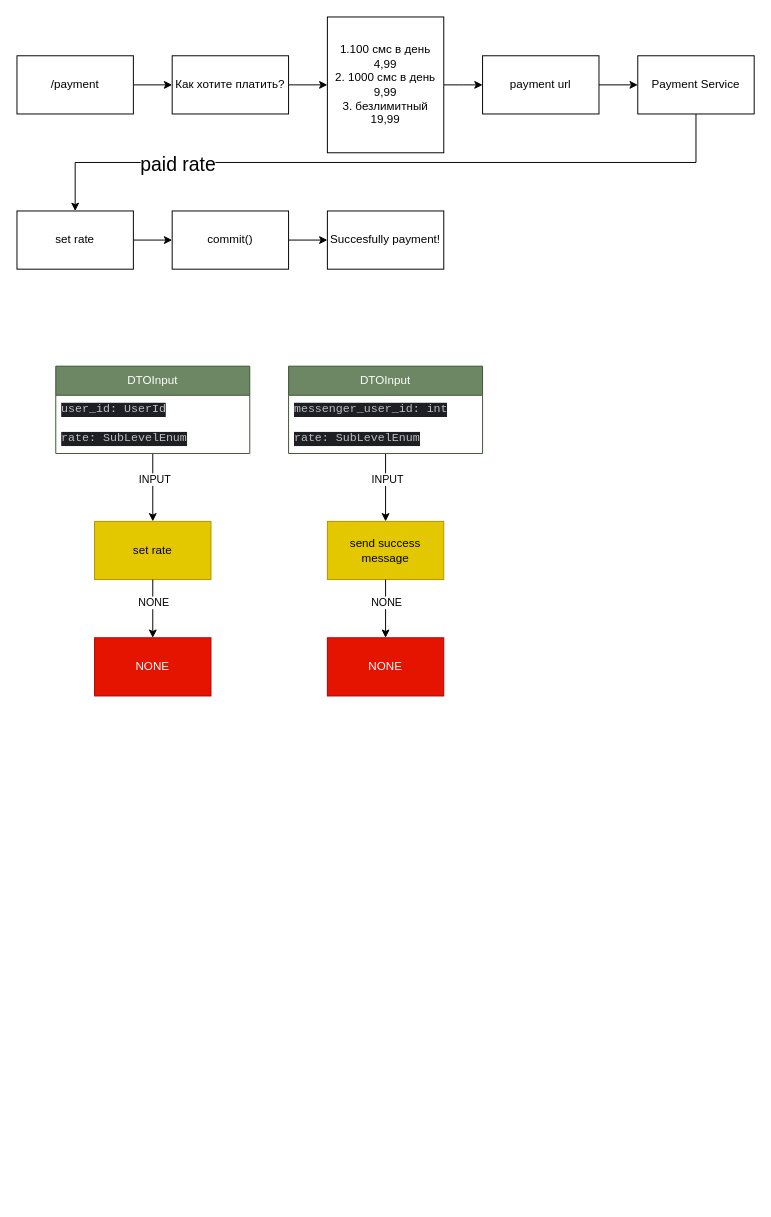
Before: page "Страница 5" (5 of 5) of ChatGpt.drawio in KmvRoman/Diagrams, a draw.io diagram. Source tidied: cells renumbered, new cells numbered last; positions are measured from the earlier drawing's top-left corner, leaving out a move shared by most shapes. Both pictures are drawn from the tidied source at 97%, with x=0, y=0 at pixel (16, 16).
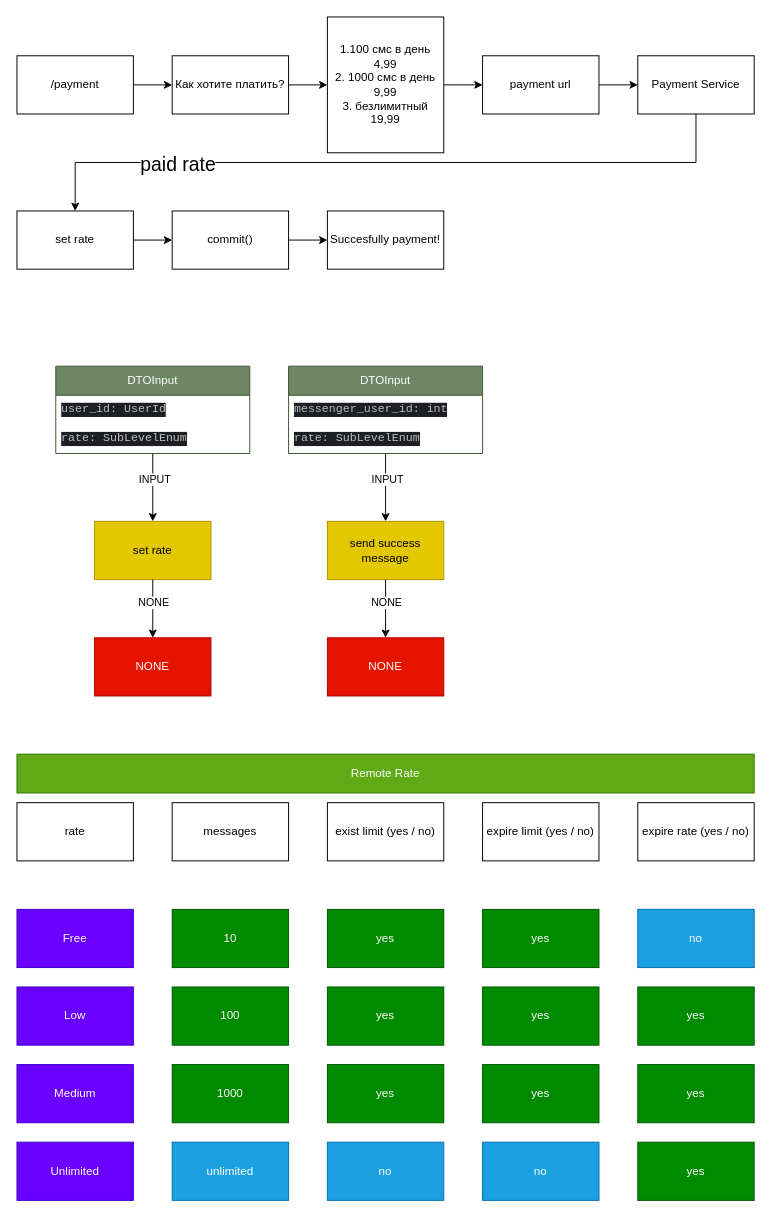
After the change.

Change to the diagram source:
```diff
@@
+    <mxCell id="38" value="Remote Rate" style="rounded=0;whiteSpace=wrap;html=1;fillColor=#60a917;fontColor=#ffffff;strokeColor=#2D7600;" parent="1" vertex="1">
+      <mxGeometry y="760" width="760" height="40" as="geometry" />
+    </mxCell>
+    <mxCell id="39" value="rate" style="rounded=0;whiteSpace=wrap;html=1;" parent="1" vertex="1">
+      <mxGeometry y="810" width="120" height="60" as="geometry" />
+    </mxCell>
+    <mxCell id="40" value="messages" style="rounded=0;whiteSpace=wrap;html=1;" parent="1" vertex="1">
+      <mxGeometry x="160" y="810" width="120" height="60" as="geometry" />
+    </mxCell>
+    <mxCell id="41" value="expire limit (yes / no)" style="rounded=0;whiteSpace=wrap;html=1;" parent="1" vertex="1">
+      <mxGeometry x="480" y="810" width="120" height="60" as="geometry" />
+    </mxCell>
+    <mxCell id="42" value="expire rate (yes / no)" style="rounded=0;whiteSpace=wrap;html=1;" parent="1" vertex="1">
+      <mxGeometry x="640" y="810" width="120" height="60" as="geometry" />
+    </mxCell>
+    <mxCell id="43" value="exist limit (yes / no)" style="rounded=0;whiteSpace=wrap;html=1;" parent="1" vertex="1">
+      <mxGeometry x="320" y="810" width="120" height="60" as="geometry" />
+    </mxCell>
+    <mxCell id="44" value="Free" style="rounded=0;whiteSpace=wrap;html=1;fillColor=#6a00ff;fontColor=#ffffff;strokeColor=#3700CC;" parent="1" vertex="1">
+      <mxGeometry y="920" width="120" height="60" as="geometry" />
+    </mxCell>
+    <mxCell id="45" value="10" style="rounded=0;whiteSpace=wrap;html=1;fillColor=#008a00;fontColor=#ffffff;strokeColor=#005700;" parent="1" vertex="1">
+      <mxGeometry x="160" y="920" width="120" height="60" as="geometry" />
+    </mxCell>
+    <mxCell id="46" value="yes" style="rounded=0;whiteSpace=wrap;html=1;fillColor=#008a00;fontColor=#ffffff;strokeColor=#005700;" parent="1" vertex="1">
+      <mxGeometry x="320" y="920" width="120" height="60" as="geometry" />
+    </mxCell>
+    <mxCell id="47" value="yes" style="rounded=0;whiteSpace=wrap;html=1;fillColor=#008a00;fontColor=#ffffff;strokeColor=#005700;" parent="1" vertex="1">
+      <mxGeometry x="480" y="920" width="120" height="60" as="geometry" />
+    </mxCell>
+    <mxCell id="48" value="no" style="rounded=0;whiteSpace=wrap;html=1;fillColor=#1ba1e2;fontColor=#ffffff;strokeColor=#006EAF;" parent="1" vertex="1">
+      <mxGeometry x="640" y="920" width="120" height="60" as="geometry" />
+    </mxCell>
+    <mxCell id="49" value="Low" style="rounded=0;whiteSpace=wrap;html=1;fillColor=#6a00ff;fontColor=#ffffff;strokeColor=#3700CC;" parent="1" vertex="1">
+      <mxGeometry y="1000" width="120" height="60" as="geometry" />
+    </mxCell>
+    <mxCell id="50" value="100" style="rounded=0;whiteSpace=wrap;html=1;fillColor=#008a00;fontColor=#ffffff;strokeColor=#005700;" parent="1" vertex="1">
+      <mxGeometry x="160" y="1000" width="120" height="60" as="geometry" />
+    </mxCell>
+    <mxCell id="51" value="yes" style="rounded=0;whiteSpace=wrap;html=1;fillColor=#008a00;fontColor=#ffffff;strokeColor=#005700;" parent="1" vertex="1">
+      <mxGeometry x="320" y="1000" width="120" height="60" as="geometry" />
+    </mxCell>
+    <mxCell id="52" value="yes" style="rounded=0;whiteSpace=wrap;html=1;fillColor=#008a00;fontColor=#ffffff;strokeColor=#005700;" parent="1" vertex="1">
+      <mxGeometry x="480" y="1000" width="120" height="60" as="geometry" />
+    </mxCell>
+    <mxCell id="53" value="yes" style="rounded=0;whiteSpace=wrap;html=1;fillColor=#008a00;fontColor=#ffffff;strokeColor=#005700;" parent="1" vertex="1">
+      <mxGeometry x="640" y="1000" width="120" height="60" as="geometry" />
+    </mxCell>
+    <mxCell id="54" value="Medium" style="rounded=0;whiteSpace=wrap;html=1;fillColor=#6a00ff;fontColor=#ffffff;strokeColor=#3700CC;" parent="1" vertex="1">
+      <mxGeometry y="1080" width="120" height="60" as="geometry" />
+    </mxCell>
+    <mxCell id="55" value="1000" style="rounded=0;whiteSpace=wrap;html=1;fillColor=#008a00;fontColor=#ffffff;strokeColor=#005700;" parent="1" vertex="1">
+      <mxGeometry x="160" y="1080" width="120" height="60" as="geometry" />
+    </mxCell>
+    <mxCell id="56" value="yes" style="rounded=0;whiteSpace=wrap;html=1;fillColor=#008a00;fontColor=#ffffff;strokeColor=#005700;" parent="1" vertex="1">
+      <mxGeometry x="320" y="1080" width="120" height="60" as="geometry" />
+    </mxCell>
+    <mxCell id="57" value="yes" style="rounded=0;whiteSpace=wrap;html=1;fillColor=#008a00;fontColor=#ffffff;strokeColor=#005700;" parent="1" vertex="1">
+      <mxGeometry x="480" y="1080" width="120" height="60" as="geometry" />
+    </mxCell>
+    <mxCell id="58" value="yes" style="rounded=0;whiteSpace=wrap;html=1;fillColor=#008a00;fontColor=#ffffff;strokeColor=#005700;" parent="1" vertex="1">
+      <mxGeometry x="640" y="1080" width="120" height="60" as="geometry" />
+    </mxCell>
+    <mxCell id="59" value="Unlimited" style="rounded=0;whiteSpace=wrap;html=1;fillColor=#6a00ff;fontColor=#ffffff;strokeColor=#3700CC;" parent="1" vertex="1">
+      <mxGeometry y="1160" width="120" height="60" as="geometry" />
+    </mxCell>
+    <mxCell id="60" value="unlimited" style="rounded=0;whiteSpace=wrap;html=1;fillColor=#1ba1e2;fontColor=#ffffff;strokeColor=#006EAF;" parent="1" vertex="1">
+      <mxGeometry x="160" y="1160" width="120" height="60" as="geometry" />
+    </mxCell>
+    <mxCell id="61" value="no" style="rounded=0;whiteSpace=wrap;html=1;fillColor=#1ba1e2;fontColor=#ffffff;strokeColor=#006EAF;" parent="1" vertex="1">
+      <mxGeometry x="320" y="1160" width="120" height="60" as="geometry" />
+    </mxCell>
+    <mxCell id="62" value="no" style="rounded=0;whiteSpace=wrap;html=1;fillColor=#1ba1e2;fontColor=#ffffff;strokeColor=#006EAF;" parent="1" vertex="1">
+      <mxGeometry x="480" y="1160" width="120" height="60" as="geometry" />
+    </mxCell>
+    <mxCell id="63" value="yes" style="rounded=0;whiteSpace=wrap;html=1;fillColor=#008a00;fontColor=#ffffff;strokeColor=#005700;" parent="1" vertex="1">
+      <mxGeometry x="640" y="1160" width="120" height="60" as="geometry" />
+    </mxCell>
```
